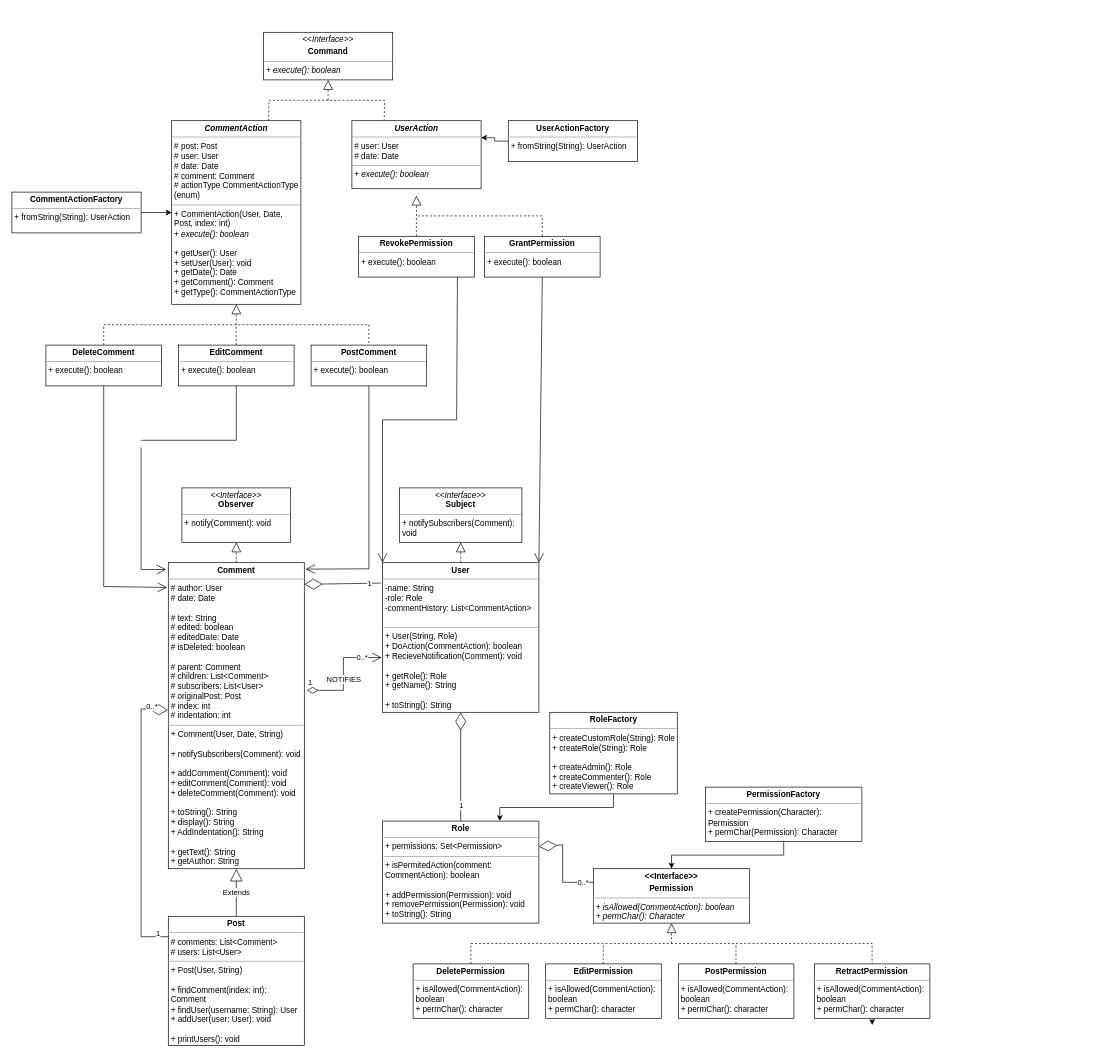
This is UML.drawio from pricedown/ThreadedComments, a draw.io file, before an edit. Source tidied: cells renumbered, new cells numbered last; positions are measured from the earlier drawing's top-left corner, leaving out a move shared by most shapes. Both pictures are drawn from the tidied source at 68%, with x=0, y=0 at pixel (12, 12).
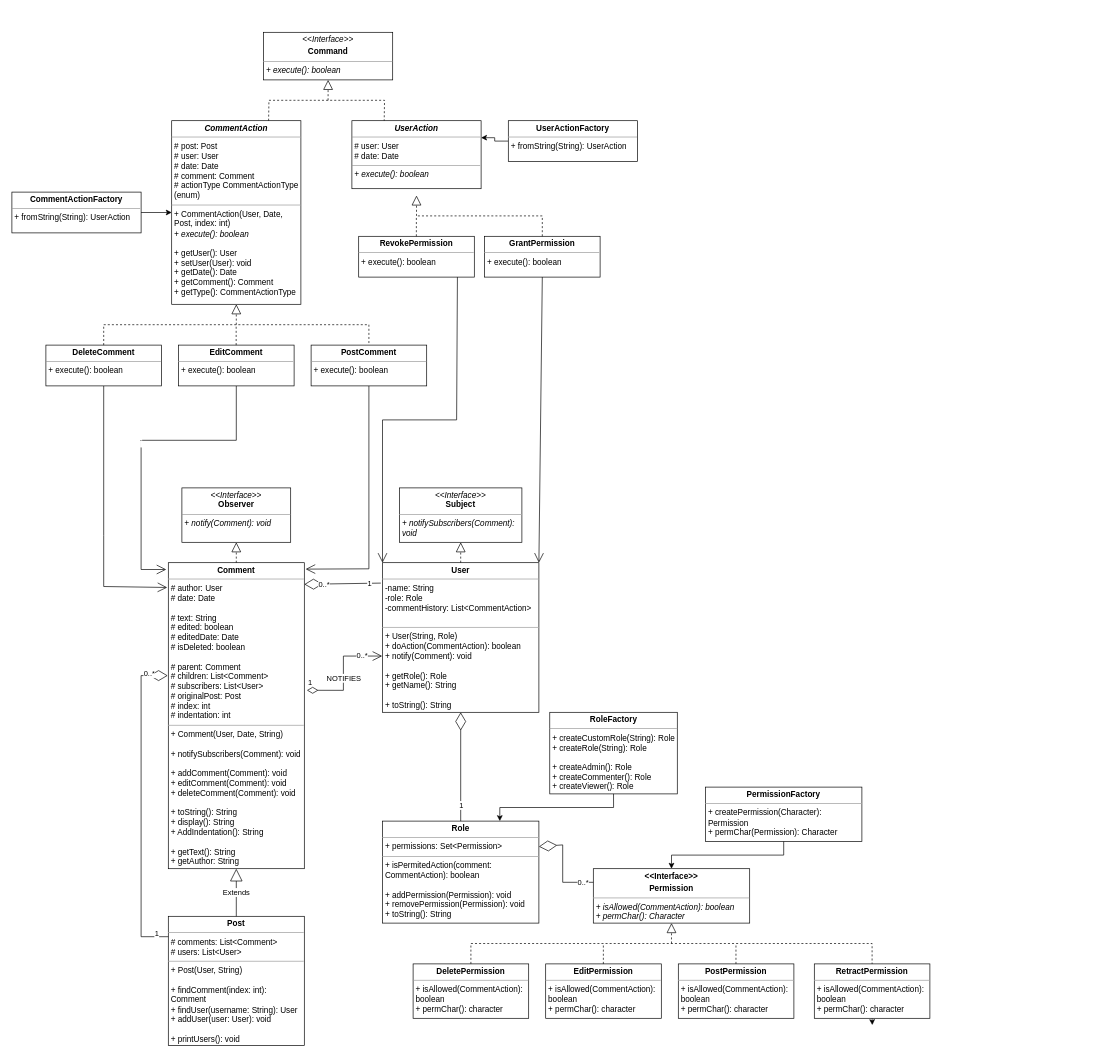
The same diagram, later.

Unchanged cells that the change refers to:
```xml
<mxCell id="3" style="group;" parent="2" vertex="1">
  <mxGeometry width="240" height="710" as="geometry" />
</mxCell>
<mxCell id="4" value="&lt;p style=&quot;margin:0px;margin-top:4px;text-align:center;&quot;&gt;&lt;b&gt;Comment&lt;/b&gt;&lt;/p&gt;&lt;hr size=&quot;1&quot;&gt;&lt;p style=&quot;margin:0px;margin-left:4px;&quot;&gt;# author: User&lt;/p&gt;&lt;p style=&quot;margin:0px;margin-left:4px;&quot;&gt;# date: Date&lt;/p&gt;&lt;p style=&quot;margin:0px;margin-left:4px;&quot;&gt;&lt;br&gt;&lt;/p&gt;&lt;p style=&quot;margin:0px;margin-left:4px;&quot;&gt;# text: String&lt;/p&gt;&lt;p style=&quot;margin:0px;margin-left:4px;&quot;&gt;# edited: boolean&lt;/p&gt;&lt;p style=&quot;margin:0px;margin-left:4px;&quot;&gt;# editedDate: Date&lt;/p&gt;&lt;p style=&quot;margin:0px;margin-left:4px;&quot;&gt;# isDeleted: boolean&lt;/p&gt;&lt;p style=&quot;margin:0px;margin-left:4px;&quot;&gt;&lt;br&gt;&lt;/p&gt;&lt;p style=&quot;margin:0px;margin-left:4px;&quot;&gt;# parent: Comment&lt;/p&gt;&lt;p style=&quot;margin:0px;margin-left:4px;&quot;&gt;# children: List&amp;lt;Comment&amp;gt;&lt;/p&gt;&lt;p style=&quot;margin:0px;margin-left:4px;&quot;&gt;# subscribers: List&amp;lt;User&amp;gt;&lt;/p&gt;&lt;p style=&quot;border-color: var(--border-color); margin: 0px 0px 0px 4px;&quot;&gt;# originalPost: Post&lt;/p&gt;&lt;p style=&quot;border-color: var(--border-color); margin: 0px 0px 0px 4px;&quot;&gt;# index: int&lt;/p&gt;&lt;p style=&quot;border-color: var(--border-color); margin: 0px 0px 0px 4px;&quot;&gt;# indentation: int&lt;/p&gt;&lt;hr size=&quot;1&quot;&gt;&lt;p style=&quot;margin:0px;margin-left:4px;&quot;&gt;+ Comment(User, Date, String)&lt;/p&gt;&lt;p style=&quot;margin:0px;margin-left:4px;&quot;&gt;&lt;br&gt;&lt;/p&gt;&lt;p style=&quot;border-color: var(--border-color); margin: 0px 0px 0px 4px;&quot;&gt;+ notifySubscribers(Comment): void&lt;/p&gt;&lt;p style=&quot;border-color: var(--border-color); margin: 0px 0px 0px 4px;&quot;&gt;&lt;br&gt;&lt;/p&gt;&lt;p style=&quot;margin:0px;margin-left:4px;&quot;&gt;&lt;span style=&quot;background-color: initial;&quot;&gt;+ addComment(Comment): void&lt;/span&gt;&lt;br&gt;&lt;/p&gt;&lt;p style=&quot;margin:0px;margin-left:4px;&quot;&gt;&lt;span style=&quot;background-color: initial;&quot;&gt;+ editComment(Comment): void&lt;/span&gt;&lt;/p&gt;&lt;p style=&quot;margin:0px;margin-left:4px;&quot;&gt;&lt;span style=&quot;background-color: initial;&quot;&gt;+ deleteComment(Comment): void&lt;/span&gt;&lt;/p&gt;&lt;p style=&quot;margin:0px;margin-left:4px;&quot;&gt;&lt;br&gt;&lt;/p&gt;&lt;p style=&quot;margin:0px;margin-left:4px;&quot;&gt;+ toString(): String&lt;/p&gt;&lt;p style=&quot;margin:0px;margin-left:4px;&quot;&gt;+ display(): String&lt;/p&gt;&lt;p style=&quot;margin:0px;margin-left:4px;&quot;&gt;+ AddIndentation(): String&lt;/p&gt;&lt;p style=&quot;margin:0px;margin-left:4px;&quot;&gt;&lt;br&gt;&lt;/p&gt;&lt;p style=&quot;margin:0px;margin-left:4px;&quot;&gt;+ getText(): String&lt;/p&gt;&lt;p style=&quot;margin:0px;margin-left:4px;&quot;&gt;+ getAuthor: String&lt;/p&gt;" style="verticalAlign=top;align=left;overflow=fill;fontSize=12;fontFamily=Helvetica;html=1;whiteSpace=wrap;" parent="3" vertex="1">
  <mxGeometry x="40" width="200" height="450" as="geometry" />
</mxCell>
<mxCell id="11" style="endArrow=diamondThin;endFill=0;endSize=24;html=1;rounded=0;exitX=-0.011;exitY=0.145;exitDx=0;exitDy=0;exitPerimeter=0;entryX=1;entryY=0;entryDx=0;entryDy=0;" parent="1" edge="1">
  <mxGeometry relative="1" as="geometry">
    <mxPoint x="542.5" y="840" as="sourcePoint" />
    <mxPoint x="430" y="841.8" as="targetPoint" />
  </mxGeometry>
</mxCell>
<mxCell id="14" style="group;" parent="13" vertex="1">
  <mxGeometry width="1090" height="640" as="geometry" />
</mxCell>
```

Change to the diagram source:
```diff
@@
-    <mxCell id="7" style="endArrow=diamondThin;endFill=0;endSize=24;html=1;rounded=0;entryX=-0.003;entryY=0.482;entryDx=0;entryDy=0;entryPerimeter=0;" parent="3" edge="1" target="4">
+    <mxCell id="7" style="endArrow=diamondThin;endFill=0;endSize=24;html=1;rounded=0;entryX=-0.004;entryY=0.369;entryDx=0;entryDy=0;entryPerimeter=0;" parent="3" edge="1" target="4">
       <mxGeometry relative="1" as="geometry">
         <mxPoint x="40" y="550" as="sourcePoint" />
         <Array as="points">
           <mxPoint y="550" />
-          <mxPoint y="215" />
+          <mxPoint y="166" />
         </Array>
       </mxGeometry>
     </mxCell>
@@
+    <mxCell id="72" value="0..*&lt;br&gt;" style="edgeLabel;html=1;align=center;verticalAlign=middle;" parent="11" vertex="1">
+      <mxGeometry x="0.5" relative="1" as="geometry" />
+    </mxCell>
@@
-    <mxCell id="29" value="&lt;p style=&quot;margin:0px;margin-top:4px;text-align:center;&quot;&gt;&lt;b&gt;User&lt;/b&gt;&lt;/p&gt;&lt;hr size=&quot;1&quot;&gt;&lt;p style=&quot;margin:0px;margin-left:4px;&quot;&gt;-name: String&lt;/p&gt;&lt;p style=&quot;margin:0px;margin-left:4px;&quot;&gt;-role: Role&lt;/p&gt;&lt;p style=&quot;margin:0px;margin-left:4px;&quot;&gt;-commentHistory: List&amp;lt;CommentAction&amp;gt;&lt;/p&gt;&lt;p style=&quot;margin:0px;margin-left:4px;&quot;&gt;&amp;nbsp;&lt;/p&gt;&lt;hr size=&quot;1&quot;&gt;&lt;p style=&quot;margin:0px;margin-left:4px;&quot;&gt;+ User(String, Role)&amp;nbsp;&lt;/p&gt;&lt;p style=&quot;margin:0px;margin-left:4px;&quot;&gt;+ DoAction(CommentAction): boolean&lt;/p&gt;&lt;p style=&quot;margin:0px;margin-left:4px;&quot;&gt;+ RecieveNotification(Comment): void&lt;/p&gt;&lt;p style=&quot;margin:0px;margin-left:4px;&quot;&gt;&lt;br&gt;&lt;/p&gt;&lt;p style=&quot;margin:0px;margin-left:4px;&quot;&gt;+ getRole(): Role&lt;/p&gt;&lt;p style=&quot;margin:0px;margin-left:4px;&quot;&gt;+ getName(): String&lt;/p&gt;&lt;p style=&quot;margin:0px;margin-left:4px;&quot;&gt;&lt;br&gt;&lt;/p&gt;&lt;p style=&quot;margin:0px;margin-left:4px;&quot;&gt;+ toString(): String&lt;/p&gt;" style="verticalAlign=top;align=left;overflow=fill;fontSize=12;fontFamily=Helvetica;html=1;whiteSpace=wrap;" parent="14" vertex="1">
+    <mxCell id="29" value="&lt;p style=&quot;margin:0px;margin-top:4px;text-align:center;&quot;&gt;&lt;b&gt;User&lt;/b&gt;&lt;/p&gt;&lt;hr size=&quot;1&quot;&gt;&lt;p style=&quot;margin:0px;margin-left:4px;&quot;&gt;-name: String&lt;/p&gt;&lt;p style=&quot;margin:0px;margin-left:4px;&quot;&gt;-role: Role&lt;/p&gt;&lt;p style=&quot;margin:0px;margin-left:4px;&quot;&gt;-commentHistory: List&amp;lt;CommentAction&amp;gt;&lt;/p&gt;&lt;p style=&quot;margin:0px;margin-left:4px;&quot;&gt;&amp;nbsp;&lt;/p&gt;&lt;hr size=&quot;1&quot;&gt;&lt;p style=&quot;margin:0px;margin-left:4px;&quot;&gt;+ User(String, Role)&amp;nbsp;&lt;/p&gt;&lt;p style=&quot;margin:0px;margin-left:4px;&quot;&gt;+ doAction(CommentAction): boolean&lt;/p&gt;&lt;p style=&quot;margin:0px;margin-left:4px;&quot;&gt;+ notify(Comment): void&lt;/p&gt;&lt;p style=&quot;margin:0px;margin-left:4px;&quot;&gt;&lt;br&gt;&lt;/p&gt;&lt;p style=&quot;margin:0px;margin-left:4px;&quot;&gt;+ getRole(): Role&lt;/p&gt;&lt;p style=&quot;margin:0px;margin-left:4px;&quot;&gt;+ getName(): String&lt;/p&gt;&lt;p style=&quot;margin:0px;margin-left:4px;&quot;&gt;&lt;br&gt;&lt;/p&gt;&lt;p style=&quot;margin:0px;margin-left:4px;&quot;&gt;+ toString(): String&lt;/p&gt;" style="verticalAlign=top;align=left;overflow=fill;fontSize=12;fontFamily=Helvetica;html=1;whiteSpace=wrap;" parent="14" vertex="1">
       <mxGeometry x="35" width="230" height="220" as="geometry" />
     </mxCell>
@@
-    <mxCell id="64" value="1" style="endArrow=open;html=1;endSize=12;startArrow=diamondThin;startSize=14;startFill=0;edgeStyle=orthogonalEdgeStyle;align=left;verticalAlign=bottom;rounded=0;entryX=-0.005;entryY=0.634;entryDx=0;entryDy=0;exitX=1.019;exitY=0.417;exitDx=0;exitDy=0;exitPerimeter=0;entryPerimeter=0;" parent="1" edge="1" source="4" target="29">
+    <mxCell id="64" value="1" style="endArrow=open;html=1;endSize=12;startArrow=diamondThin;startSize=14;startFill=0;edgeStyle=orthogonalEdgeStyle;align=left;verticalAlign=bottom;rounded=0;entryX=-0.002;entryY=0.624;entryDx=0;entryDy=0;exitX=1.019;exitY=0.417;exitDx=0;exitDy=0;exitPerimeter=0;entryPerimeter=0;" parent="1" edge="1" source="4" target="29">
       <mxGeometry x="-1" y="3" relative="1" as="geometry" />
     </mxCell>
@@
-    <mxCell id="67" value="&lt;p style=&quot;margin:0px;margin-top:4px;text-align:center;&quot;&gt;&lt;i&gt;&amp;lt;&amp;lt;Interface&amp;gt;&amp;gt;&lt;/i&gt;&lt;br&gt;&lt;b&gt;Observer&lt;/b&gt;&lt;/p&gt;&lt;hr size=&quot;1&quot;&gt;&lt;p style=&quot;margin:0px;margin-left:4px;&quot;&gt;&lt;span style=&quot;background-color: initial;&quot;&gt;+ notify(Comment): void&lt;/span&gt;&lt;br&gt;&lt;/p&gt;" style="verticalAlign=top;align=left;overflow=fill;fontSize=12;fontFamily=Helvetica;html=1;whiteSpace=wrap;" parent="1" vertex="1">
+    <mxCell id="67" value="&lt;p style=&quot;margin:0px;margin-top:4px;text-align:center;&quot;&gt;&lt;i&gt;&amp;lt;&amp;lt;Interface&amp;gt;&amp;gt;&lt;/i&gt;&lt;br&gt;&lt;b&gt;Observer&lt;/b&gt;&lt;/p&gt;&lt;hr size=&quot;1&quot;&gt;&lt;p style=&quot;margin:0px;margin-left:4px;&quot;&gt;&lt;span style=&quot;background-color: initial;&quot;&gt;&lt;i&gt;+ notify(Comment): void&lt;/i&gt;&lt;/span&gt;&lt;br&gt;&lt;/p&gt;" style="verticalAlign=top;align=left;overflow=fill;fontSize=12;fontFamily=Helvetica;html=1;whiteSpace=wrap;" parent="1" vertex="1">
       <mxGeometry x="250" y="700" width="160" height="80" as="geometry" />
     </mxCell>
@@
-    <mxCell id="69" value="&lt;p style=&quot;margin:0px;margin-top:4px;text-align:center;&quot;&gt;&lt;i&gt;&amp;lt;&amp;lt;Interface&amp;gt;&amp;gt;&lt;/i&gt;&lt;br&gt;&lt;b&gt;Subject&lt;/b&gt;&lt;/p&gt;&lt;hr size=&quot;1&quot;&gt;&lt;p style=&quot;margin:0px;margin-left:4px;&quot;&gt;&lt;span style=&quot;background-color: initial;&quot;&gt;+ notifySubscribers(Comment): void&lt;/span&gt;&lt;br&gt;&lt;/p&gt;" style="verticalAlign=top;align=left;overflow=fill;fontSize=12;fontFamily=Helvetica;html=1;whiteSpace=wrap;" parent="1" vertex="1">
+    <mxCell id="69" value="&lt;p style=&quot;margin:0px;margin-top:4px;text-align:center;&quot;&gt;&lt;i&gt;&amp;lt;&amp;lt;Interface&amp;gt;&amp;gt;&lt;/i&gt;&lt;br&gt;&lt;b&gt;Subject&lt;/b&gt;&lt;/p&gt;&lt;hr size=&quot;1&quot;&gt;&lt;p style=&quot;margin:0px;margin-left:4px;&quot;&gt;&lt;span style=&quot;background-color: initial;&quot;&gt;&lt;i&gt;+ notifySubscribers(Comment): void&lt;/i&gt;&lt;/span&gt;&lt;br&gt;&lt;/p&gt;" style="verticalAlign=top;align=left;overflow=fill;fontSize=12;fontFamily=Helvetica;html=1;whiteSpace=wrap;" parent="1" vertex="1">
       <mxGeometry x="570" y="700" width="180" height="80" as="geometry" />
     </mxCell>
```
